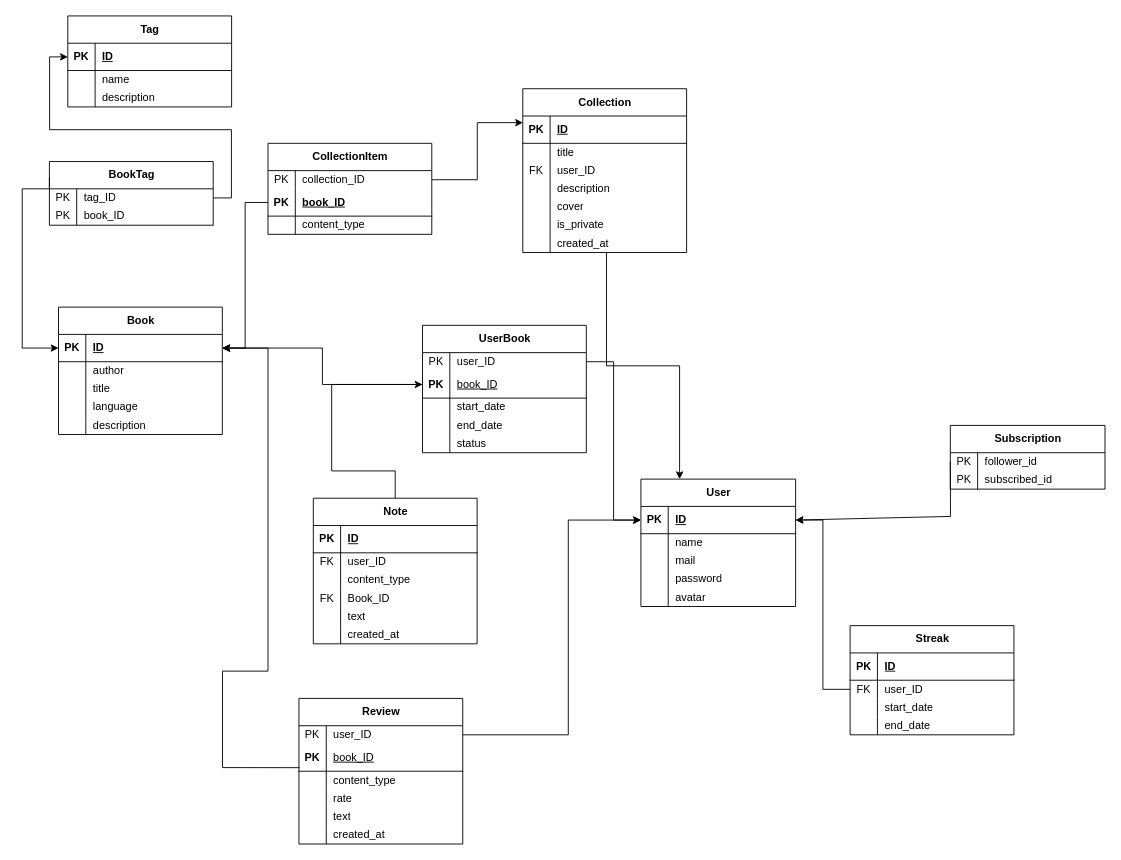
The draw.io diagram Backend/Database_Structure.drawio in IU-Capstone-Project-2025/Read-Tracker, before the edit. Source tidied: cells renumbered, new cells numbered last; positions are measured from the earlier drawing's top-left corner, leaving out a move shared by most shapes. Both pictures are drawn from the tidied source at 91%, with x=0, y=0 at pixel (22, 15).
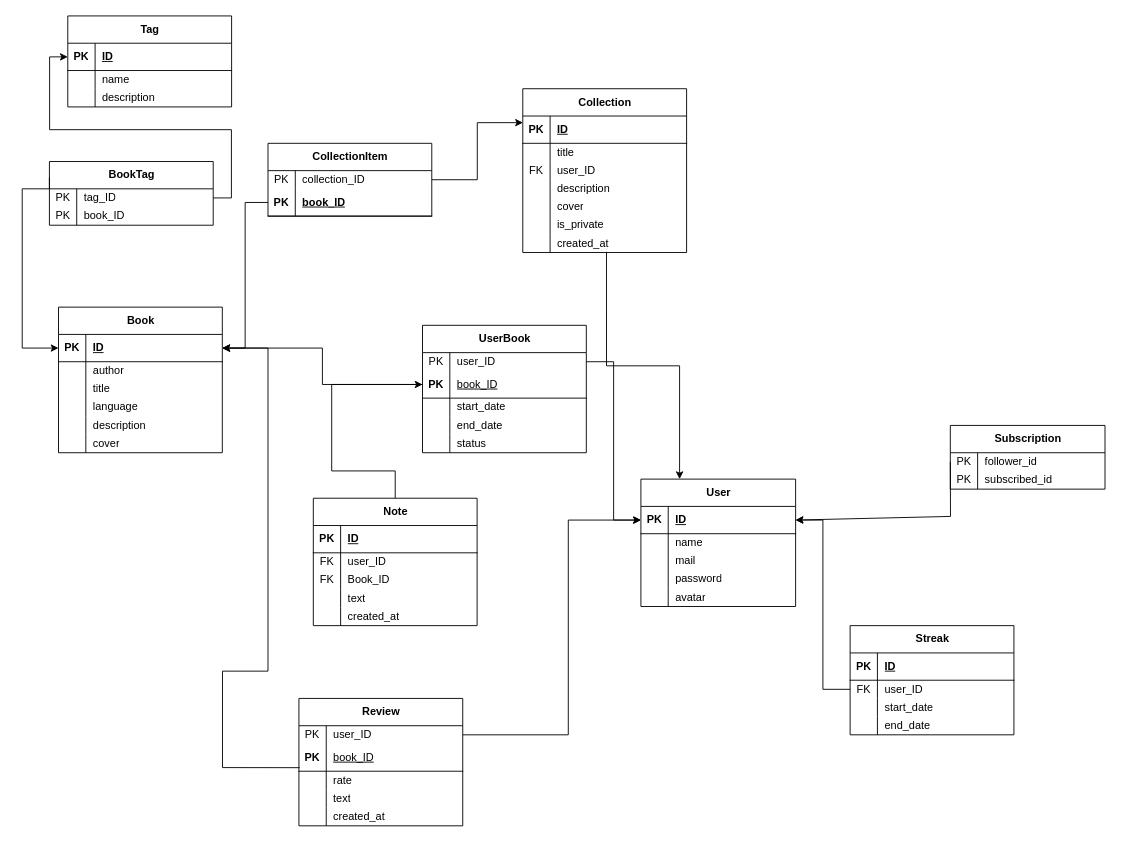
The same diagram, later.

What changed in the source:
```diff
@@
     <mxCell id="18" value="Book" style="shape=table;startSize=30;childLayout=tableLayout;rowLines=0;fontStyle=1;align=center;html=1;" parent="1" vertex="1">
-      <mxGeometry x="39.8" y="320" width="180" height="140" as="geometry" />
+      <mxGeometry x="39.8" y="320" width="180" height="160" as="geometry" />
     </mxCell>
@@
+    <mxCell id="169" style="shape=tableRow;horizontal=0;startSize=0;swimlaneHead=0;swimlaneBody=0;fillColor=none;top=0;left=0;right=0;bottom=0;" parent="18" vertex="1">
+      <mxGeometry y="140" width="180" height="20" as="geometry" />
+    </mxCell>
+    <mxCell id="170" style="shape=partialRectangle;fillColor=none;top=0;left=0;bottom=0;right=0;overflow=hidden;whiteSpace=wrap;html=1;" parent="169" vertex="1">
+      <mxGeometry width="30" height="20" as="geometry" />
+    </mxCell>
+    <mxCell id="171" value="cover&lt;div&gt;&lt;br&gt;&lt;/div&gt;" style="shape=partialRectangle;fillColor=none;top=0;left=0;bottom=0;right=0;align=left;spacingLeft=6;overflow=hidden;whiteSpace=wrap;html=1;" parent="169" vertex="1">
+      <mxGeometry x="30" width="150" height="20" as="geometry" />
+    </mxCell>
@@
     <mxCell id="72" value="CollectionItem" style="shape=table;startSize=30;childLayout=tableLayout;rowLines=0;fontStyle=1;align=center;html=1;" parent="1" vertex="1">
-      <mxGeometry x="270" y="140" width="180" height="100" as="geometry" />
+      <mxGeometry x="270" y="140" width="180" height="80" as="geometry" />
     </mxCell>
@@
-    <mxCell id="79" style="shape=tableRow;horizontal=0;startSize=0;swimlaneHead=0;swimlaneBody=0;fillColor=none;top=0;left=0;right=0;bottom=0;" parent="72" vertex="1">
-      <mxGeometry y="80" width="180" height="20" as="geometry" />
-    </mxCell>
-    <mxCell id="80" style="shape=partialRectangle;fillColor=none;top=0;left=0;bottom=0;right=0;overflow=hidden;whiteSpace=wrap;html=1;" parent="79" vertex="1">
-      <mxGeometry width="30" height="20" as="geometry" />
-    </mxCell>
-    <mxCell id="81" value="content_type" style="shape=partialRectangle;fillColor=none;top=0;left=0;bottom=0;right=0;align=left;spacingLeft=6;overflow=hidden;whiteSpace=wrap;html=1;" parent="79" vertex="1">
-      <mxGeometry x="30" width="150" height="20" as="geometry" />
-    </mxCell>
@@
     <mxCell id="127" value="Review" style="shape=table;startSize=30;childLayout=tableLayout;rowLines=0;fontStyle=1;align=center;html=1;" parent="1" vertex="1">
-      <mxGeometry x="304" y="750" width="180" height="160" as="geometry" />
+      <mxGeometry x="304" y="750" width="180" height="140" as="geometry" />
     </mxCell>
@@
-    <mxCell id="134" style="shape=tableRow;horizontal=0;startSize=0;swimlaneHead=0;swimlaneBody=0;fillColor=none;top=0;left=0;right=0;bottom=0;" parent="127" vertex="1">
-      <mxGeometry y="80" width="180" height="20" as="geometry" />
-    </mxCell>
-    <mxCell id="135" style="shape=partialRectangle;fillColor=none;top=0;left=0;bottom=0;right=0;overflow=hidden;whiteSpace=wrap;html=1;" parent="134" vertex="1">
-      <mxGeometry width="30" height="20" as="geometry" />
-    </mxCell>
-    <mxCell id="136" value="content_type" style="shape=partialRectangle;fillColor=none;top=0;left=0;bottom=0;right=0;align=left;spacingLeft=6;overflow=hidden;whiteSpace=wrap;html=1;" parent="134" vertex="1">
-      <mxGeometry x="30" width="150" height="20" as="geometry" />
-    </mxCell>
     <mxCell id="137" style="shape=tableRow;horizontal=0;startSize=0;swimlaneHead=0;swimlaneBody=0;fillColor=none;top=0;left=0;right=0;bottom=0;" parent="127" vertex="1">
-      <mxGeometry y="100" width="180" height="20" as="geometry" />
+      <mxGeometry y="80" width="180" height="20" as="geometry" />
     </mxCell>
@@
     <mxCell id="140" style="shape=tableRow;horizontal=0;startSize=0;swimlaneHead=0;swimlaneBody=0;fillColor=none;top=0;left=0;right=0;bottom=0;" parent="127" vertex="1">
-      <mxGeometry y="120" width="180" height="20" as="geometry" />
+      <mxGeometry y="100" width="180" height="20" as="geometry" />
     </mxCell>
@@
     <mxCell id="143" style="shape=tableRow;horizontal=0;startSize=0;swimlaneHead=0;swimlaneBody=0;fillColor=none;top=0;left=0;right=0;bottom=0;" parent="127" vertex="1">
-      <mxGeometry y="140" width="180" height="20" as="geometry" />
+      <mxGeometry y="120" width="180" height="20" as="geometry" />
     </mxCell>
@@
     <mxCell id="150" value="Note" style="shape=table;startSize=30;childLayout=tableLayout;rowLines=0;fontStyle=1;align=center;html=1;" parent="1" vertex="1">
-      <mxGeometry x="319.8" y="530" width="180" height="160" as="geometry" />
+      <mxGeometry x="319.8" y="530" width="180" height="140" as="geometry" />
     </mxCell>
@@
-    <mxCell id="157" style="shape=tableRow;horizontal=0;startSize=0;swimlaneHead=0;swimlaneBody=0;fillColor=none;top=0;left=0;right=0;bottom=0;" parent="150" vertex="1">
-      <mxGeometry y="80" width="180" height="20" as="geometry" />
-    </mxCell>
-    <mxCell id="158" style="shape=partialRectangle;fillColor=none;top=0;left=0;bottom=0;right=0;overflow=hidden;whiteSpace=wrap;html=1;" parent="157" vertex="1">
-      <mxGeometry width="30" height="20" as="geometry" />
-    </mxCell>
-    <mxCell id="159" value="content_type" style="shape=partialRectangle;fillColor=none;top=0;left=0;bottom=0;right=0;align=left;spacingLeft=6;overflow=hidden;whiteSpace=wrap;html=1;" parent="157" vertex="1">
-      <mxGeometry x="30" width="150" height="20" as="geometry" />
-    </mxCell>
     <mxCell id="160" style="shape=tableRow;horizontal=0;startSize=0;swimlaneHead=0;swimlaneBody=0;fillColor=none;top=0;left=0;right=0;bottom=0;" parent="150" vertex="1">
-      <mxGeometry y="100" width="180" height="20" as="geometry" />
+      <mxGeometry y="80" width="180" height="20" as="geometry" />
     </mxCell>
@@
     <mxCell id="163" style="shape=tableRow;horizontal=0;startSize=0;swimlaneHead=0;swimlaneBody=0;fillColor=none;top=0;left=0;right=0;bottom=0;" parent="150" vertex="1">
-      <mxGeometry y="120" width="180" height="20" as="geometry" />
+      <mxGeometry y="100" width="180" height="20" as="geometry" />
     </mxCell>
@@
     <mxCell id="166" style="shape=tableRow;horizontal=0;startSize=0;swimlaneHead=0;swimlaneBody=0;fillColor=none;top=0;left=0;right=0;bottom=0;" parent="150" vertex="1">
-      <mxGeometry y="140" width="180" height="20" as="geometry" />
+      <mxGeometry y="120" width="180" height="20" as="geometry" />
     </mxCell>
```
